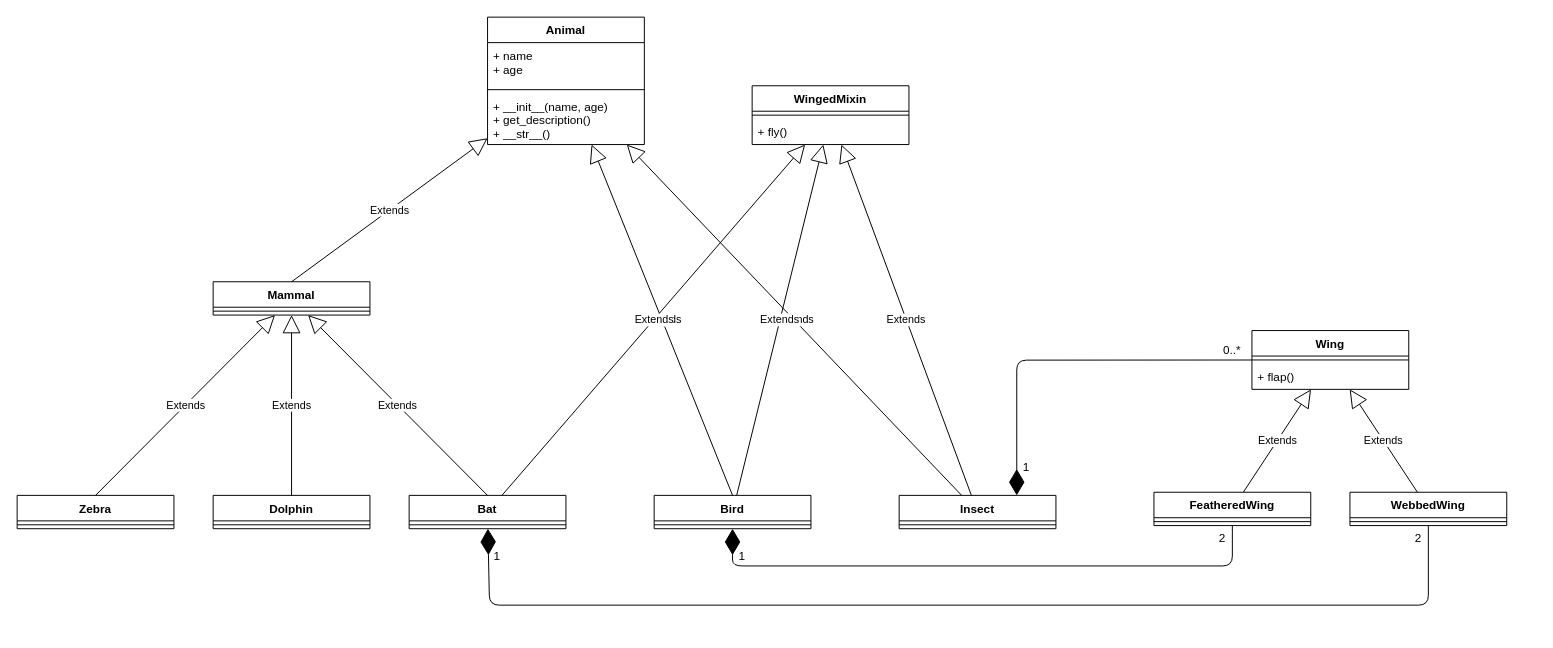
This is 5_oop/4_animals/uml_diagram.drawio from ScarletBlizzard/info2022, a draw.io file, before an edit. Source tidied: cells renumbered, new cells numbered last; positions are measured from the earlier drawing's top-left corner, leaving out a move shared by most shapes. Both pictures are drawn from the tidied source at 98%, with x=0, y=0 at pixel (17, 17).
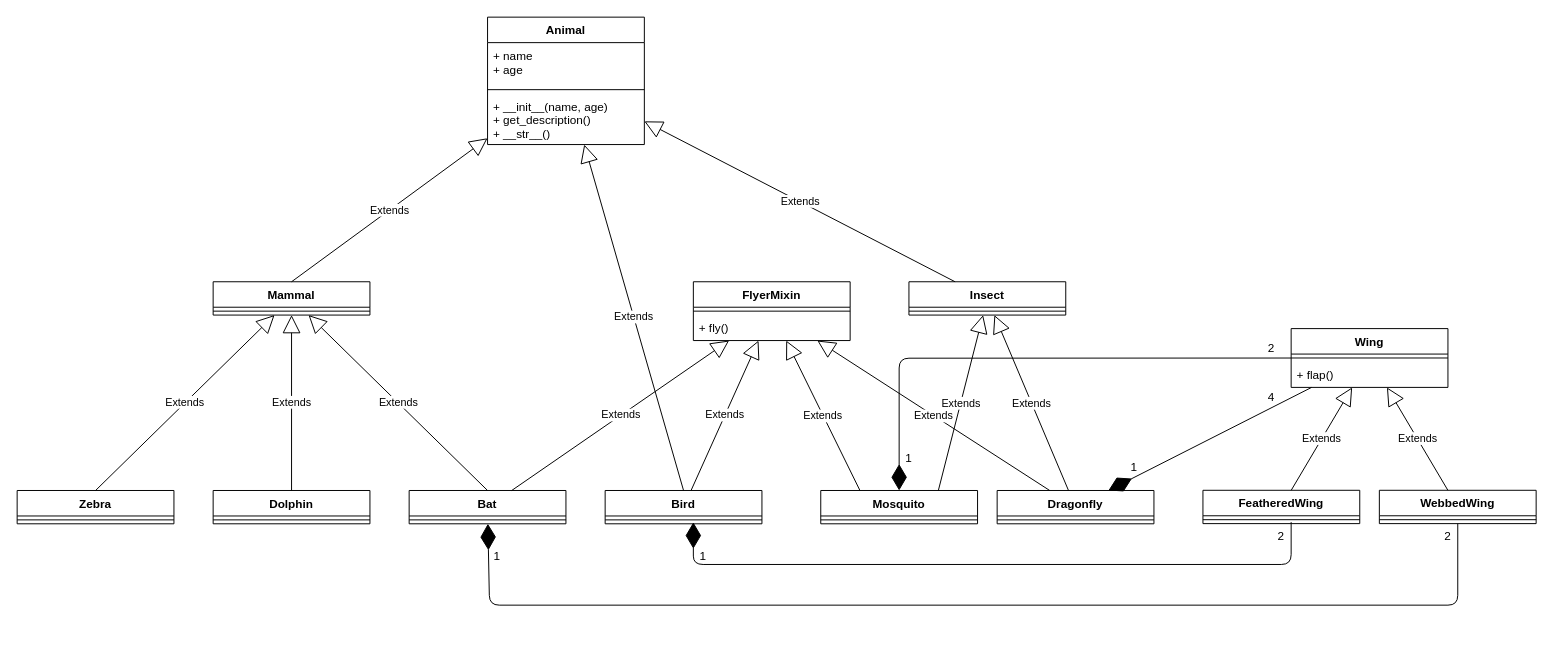
Above is the later version.

What changed in the source:
```diff
@@
     <mxCell id="8" value="Zebra" style="swimlane;fontStyle=1;align=center;verticalAlign=top;horizontal=1;startSize=26;" parent="1" vertex="1">
-      <mxGeometry y="488" width="160" height="34" as="geometry" />
+      <mxGeometry y="483" width="160" height="34" as="geometry" />
     </mxCell>
@@
     <mxCell id="10" value="Dolphin" style="swimlane;fontStyle=1;align=center;verticalAlign=top;horizontal=1;startSize=26;" parent="1" vertex="1">
-      <mxGeometry x="200" y="488" width="160" height="34" as="geometry" />
+      <mxGeometry x="200" y="483" width="160" height="34" as="geometry" />
     </mxCell>
@@
     <mxCell id="15" value="Bat&#10;" style="swimlane;fontStyle=1;align=center;verticalAlign=top;horizontal=1;startSize=26;" parent="1" vertex="1">
-      <mxGeometry x="400" y="488" width="160" height="34" as="geometry" />
+      <mxGeometry x="400" y="483" width="160" height="34" as="geometry" />
     </mxCell>
@@
     <mxCell id="18" value="Insect" style="swimlane;fontStyle=1;align=center;verticalAlign=top;horizontal=1;startSize=26;" parent="1" vertex="1">
-      <mxGeometry x="900" y="488" width="160" height="34" as="geometry" />
+      <mxGeometry x="910" y="270" width="160" height="34" as="geometry" />
     </mxCell>
@@
     <mxCell id="21" value="Bird&#10;" style="swimlane;fontStyle=1;align=center;verticalAlign=top;horizontal=1;startSize=26;" parent="1" vertex="1">
-      <mxGeometry x="650" y="488" width="160" height="34" as="geometry" />
+      <mxGeometry x="600" y="483" width="160" height="34" as="geometry" />
     </mxCell>
@@
     <mxCell id="24" value="Wing" style="swimlane;fontStyle=1;align=center;verticalAlign=top;horizontal=1;startSize=26;" parent="1" vertex="1">
-      <mxGeometry x="1260" y="319.8" width="160" height="60" as="geometry" />
+      <mxGeometry x="1300" y="317.8" width="160" height="60" as="geometry" />
     </mxCell>
@@
-    <mxCell id="27" value="WingedMixin" style="swimlane;fontStyle=1;align=center;verticalAlign=top;horizontal=1;startSize=26;" parent="1" vertex="1">
-      <mxGeometry x="750" y="70" width="160" height="60" as="geometry" />
+    <mxCell id="27" value="FlyerMixin" style="swimlane;fontStyle=1;align=center;verticalAlign=top;horizontal=1;startSize=26;" parent="1" vertex="1">
+      <mxGeometry x="690" y="270" width="160" height="60" as="geometry" />
     </mxCell>
@@
-    <mxCell id="30" style="endArrow=diamondThin;endFill=1;endSize=24;html=1;" parent="1" edge="1" source="31" target="21">
+    <mxCell id="30" style="endArrow=diamondThin;endFill=1;endSize=24;html=1;" parent="1" edge="1">
       <mxGeometry relative="1" as="geometry">
+        <mxPoint x="1300" y="515.3" as="sourcePoint" />
+        <mxPoint x="690" y="515.5" as="targetPoint" />
         <Array as="points">
-          <mxPoint x="1240" y="560" />
-          <mxPoint x="730" y="560" />
+          <mxPoint x="1300" y="558.5" />
+          <mxPoint x="690" y="558.5" />
         </Array>
       </mxGeometry>
     </mxCell>
     <mxCell id="31" value="FeatheredWing" style="swimlane;fontStyle=1;align=center;verticalAlign=top;horizontal=1;startSize=26;" parent="1" vertex="1">
-      <mxGeometry x="1160" y="484.8" width="160" height="34" as="geometry" />
+      <mxGeometry x="1210" y="482.8" width="160" height="34" as="geometry" />
     </mxCell>
@@
     <mxCell id="34" value="WebbedWing" style="swimlane;fontStyle=1;align=center;verticalAlign=top;horizontal=1;startSize=26;" parent="1" vertex="1">
-      <mxGeometry x="1360" y="484.8" width="160" height="34" as="geometry" />
+      <mxGeometry x="1390" y="482.8" width="160" height="34" as="geometry" />
     </mxCell>
@@
-    <mxCell id="37" value="Extends" style="endArrow=block;endSize=16;endFill=0;html=1;" parent="1" edge="1" source="18" target="27">
-      <mxGeometry relative="1" as="geometry" />
-    </mxCell>
-    <mxCell id="38" style="endArrow=diamondThin;endFill=1;endSize=24;html=1;entryX=0.75;entryY=0;entryDx=0;entryDy=0;" parent="1" edge="1" source="24" target="18">
-      <mxGeometry relative="1" as="geometry">
-        <Array as="points">
-          <mxPoint x="1020" y="350" />
-        </Array>
-      </mxGeometry>
-    </mxCell>
@@
     <mxCell id="41" style="endArrow=diamondThin;endFill=1;endSize=24;html=1;" parent="1" edge="1" source="34" target="15">
       <mxGeometry relative="1" as="geometry">
         <Array as="points">
-          <mxPoint x="1440" y="600" />
+          <mxPoint x="1470" y="600" />
           <mxPoint x="482" y="600" />
         </Array>
       </mxGeometry>
     </mxCell>
@@
     <mxCell id="43" value="1" style="text;html=1;strokeColor=none;fillColor=none;align=center;verticalAlign=middle;whiteSpace=wrap;rounded=0;" parent="1" vertex="1">
-      <mxGeometry x="720" y="540" width="40" height="20" as="geometry" />
+      <mxGeometry x="680" y="540" width="40" height="20" as="geometry" />
     </mxCell>
     <mxCell id="44" value="2" style="text;html=1;strokeColor=none;fillColor=none;align=center;verticalAlign=middle;whiteSpace=wrap;rounded=0;" parent="1" vertex="1">
-      <mxGeometry x="1210" y="522" width="40" height="20" as="geometry" />
+      <mxGeometry x="1270" y="520" width="40" height="20" as="geometry" />
     </mxCell>
     <mxCell id="45" value="2" style="text;html=1;strokeColor=none;fillColor=none;align=center;verticalAlign=middle;whiteSpace=wrap;rounded=0;" parent="1" vertex="1">
-      <mxGeometry x="1410" y="522" width="40" height="20" as="geometry" />
+      <mxGeometry x="1440" y="520" width="40" height="20" as="geometry" />
     </mxCell>
-    <mxCell id="46" value="1" style="text;html=1;strokeColor=none;fillColor=none;align=center;verticalAlign=middle;whiteSpace=wrap;rounded=0;" parent="1" vertex="1">
-      <mxGeometry x="1010" y="450" width="40" height="20" as="geometry" />
-    </mxCell>
-    <mxCell id="47" value="0..*" style="text;html=1;strokeColor=none;fillColor=none;align=center;verticalAlign=middle;whiteSpace=wrap;rounded=0;" parent="1" vertex="1">
-      <mxGeometry x="1220" y="330" width="40" height="20" as="geometry" />
-    </mxCell>
+    <mxCell id="48" value="Mosquito" style="swimlane;fontStyle=1;align=center;verticalAlign=top;horizontal=1;startSize=26;" parent="1" vertex="1">
+      <mxGeometry x="820" y="483" width="160" height="34" as="geometry" />
+    </mxCell>
+    <mxCell id="49" style="line;strokeWidth=1;fillColor=none;align=left;verticalAlign=middle;spacingTop=-1;spacingLeft=3;spacingRight=3;labelPosition=right;" parent="48" vertex="1">
+      <mxGeometry y="26" width="160" height="8" as="geometry" />
+    </mxCell>
+    <mxCell id="50" value="Dragonfly" style="swimlane;fontStyle=1;align=center;verticalAlign=top;horizontal=1;startSize=26;" parent="1" vertex="1">
+      <mxGeometry x="1000" y="483" width="160" height="34" as="geometry" />
+    </mxCell>
+    <mxCell id="51" style="line;strokeWidth=1;fillColor=none;align=left;verticalAlign=middle;spacingTop=-1;spacingLeft=3;spacingRight=3;labelPosition=right;" parent="50" vertex="1">
+      <mxGeometry y="26" width="160" height="8" as="geometry" />
+    </mxCell>
+    <mxCell id="52" value="Extends" style="endArrow=block;endSize=16;endFill=0;html=1;" parent="1" edge="1" source="50" target="18">
+      <mxGeometry relative="1" as="geometry" />
+    </mxCell>
+    <mxCell id="53" value="Extends" style="endArrow=block;endSize=16;endFill=0;html=1;exitX=0.75;exitY=0;exitDx=0;exitDy=0;" parent="1" edge="1" source="48" target="18">
+      <mxGeometry relative="1" as="geometry" />
+    </mxCell>
+    <mxCell id="54" value="Extends" style="endArrow=block;endSize=16;endFill=0;html=1;exitX=0.25;exitY=0;exitDx=0;exitDy=0;" parent="1" edge="1" source="48" target="27">
+      <mxGeometry relative="1" as="geometry" />
+    </mxCell>
+    <mxCell id="55" value="Extends" style="endArrow=block;endSize=16;endFill=0;html=1;" parent="1" edge="1" source="50" target="27">
+      <mxGeometry relative="1" as="geometry" />
+    </mxCell>
+    <mxCell id="56" style="endArrow=diamondThin;endFill=1;endSize=24;html=1;" parent="1" edge="1" source="24" target="48">
+      <mxGeometry relative="1" as="geometry">
+        <Array as="points">
+          <mxPoint x="900" y="348" />
+        </Array>
+      </mxGeometry>
+    </mxCell>
+    <mxCell id="57" style="endArrow=diamondThin;endFill=1;endSize=24;html=1;" parent="1" edge="1" source="24" target="50">
+      <mxGeometry relative="1" as="geometry" />
+    </mxCell>
+    <mxCell id="58" value="1" style="text;html=1;strokeColor=none;fillColor=none;align=center;verticalAlign=middle;whiteSpace=wrap;rounded=0;" parent="1" vertex="1">
+      <mxGeometry x="890" y="440" width="40" height="20" as="geometry" />
+    </mxCell>
+    <mxCell id="59" value="2" style="text;html=1;strokeColor=none;fillColor=none;align=center;verticalAlign=middle;whiteSpace=wrap;rounded=0;" parent="1" vertex="1">
+      <mxGeometry x="1260" y="328" width="40" height="20" as="geometry" />
+    </mxCell>
+    <mxCell id="60" value="4" style="text;html=1;strokeColor=none;fillColor=none;align=center;verticalAlign=middle;whiteSpace=wrap;rounded=0;" parent="1" vertex="1">
+      <mxGeometry x="1260" y="378" width="40" height="20" as="geometry" />
+    </mxCell>
+    <mxCell id="61" value="1" style="text;html=1;strokeColor=none;fillColor=none;align=center;verticalAlign=middle;whiteSpace=wrap;rounded=0;" parent="1" vertex="1">
+      <mxGeometry x="1120" y="450" width="40" height="20" as="geometry" />
+    </mxCell>
```
